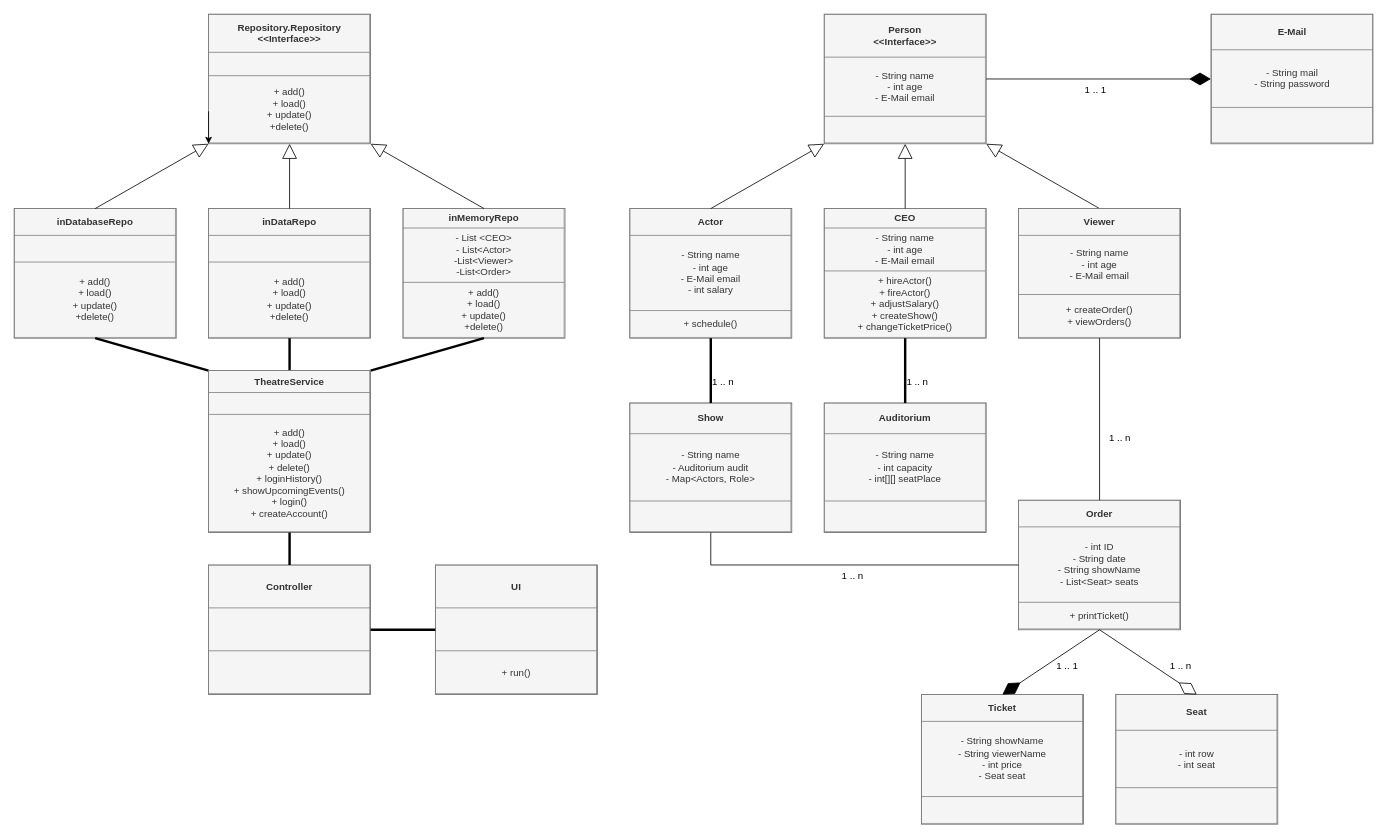
Above: Theatre.drawio in Benq2016/Theatre (draw.io), before the change. Source tidied: cells renumbered, new cells numbered last; positions are measured from the earlier drawing's top-left corner, leaving out a move shared by most shapes. Both pictures are drawn from the tidied source at 81%, with x=0, y=0 at pixel (14, 14).
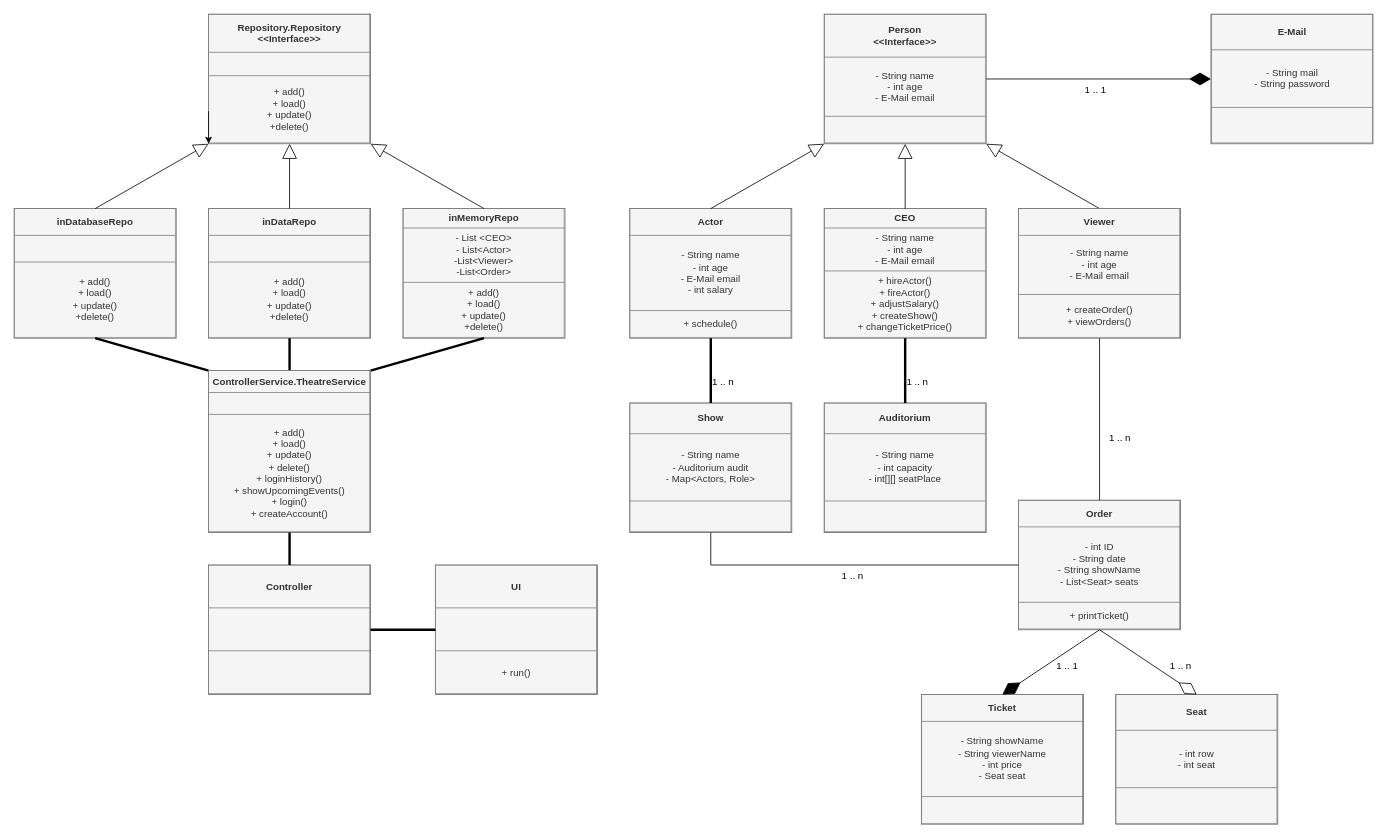
Above is the later version.

What changed in the source:
```diff
@@
-    <mxCell id="31" value="&lt;table border=&quot;1&quot; width=&quot;100%&quot; height=&quot;100%&quot; cellpadding=&quot;4&quot; style=&quot;width:100%;height:100%;border-collapse:collapse;&quot;&gt;&lt;tbody&gt;&lt;tr&gt;&lt;th align=&quot;center&quot;&gt;TheatreService&lt;/th&gt;&lt;/tr&gt;&lt;tr&gt;&lt;td align=&quot;center&quot;&gt;&lt;br&gt;&lt;/td&gt;&lt;/tr&gt;&lt;tr&gt;&lt;td align=&quot;center&quot;&gt;+ add()&lt;br&gt;+ load()&lt;br&gt;+ update()&lt;br&gt;+ delete()&lt;br&gt;+ loginHistory()&lt;br&gt;+ showUpcomingEvents()&lt;br&gt;+ login()&lt;br&gt;+ createAccount()&lt;br&gt;&lt;/td&gt;&lt;/tr&gt;&lt;/tbody&gt;&lt;/table&gt;" style="text;html=1;whiteSpace=wrap;strokeColor=#666666;fillColor=#f5f5f5;overflow=fill;fillStyle=auto;fontColor=#333333;" parent="1" vertex="1">
+    <mxCell id="31" value="&lt;table border=&quot;1&quot; width=&quot;100%&quot; height=&quot;100%&quot; cellpadding=&quot;4&quot; style=&quot;width:100%;height:100%;border-collapse:collapse;&quot;&gt;&lt;tbody&gt;&lt;tr&gt;&lt;th align=&quot;center&quot;&gt;ControllerService.TheatreService&lt;/th&gt;&lt;/tr&gt;&lt;tr&gt;&lt;td align=&quot;center&quot;&gt;&lt;br&gt;&lt;/td&gt;&lt;/tr&gt;&lt;tr&gt;&lt;td align=&quot;center&quot;&gt;+ add()&lt;br&gt;+ load()&lt;br&gt;+ update()&lt;br&gt;+ delete()&lt;br&gt;+ loginHistory()&lt;br&gt;+ showUpcomingEvents()&lt;br&gt;+ login()&lt;br&gt;+ createAccount()&lt;br&gt;&lt;/td&gt;&lt;/tr&gt;&lt;/tbody&gt;&lt;/table&gt;" style="text;html=1;whiteSpace=wrap;strokeColor=#666666;fillColor=#f5f5f5;overflow=fill;fillStyle=auto;fontColor=#333333;" parent="1" vertex="1">
       <mxGeometry x="240" y="440" width="200" height="200" as="geometry" />
     </mxCell>
```
